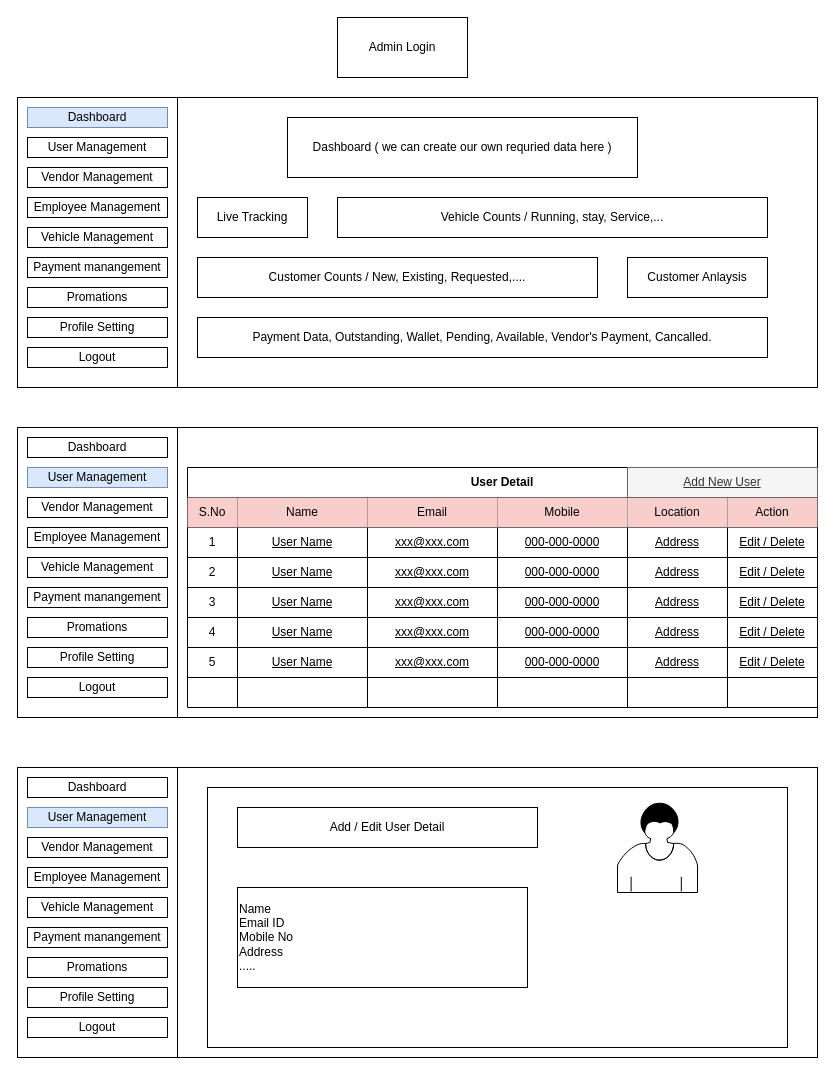
This is Copy of admin.drawio from shansu1990/PHP, a draw.io file, before an edit. Source tidied: cells renumbered, new cells numbered last; positions are measured from the earlier drawing's top-left corner, leaving out a move shared by most shapes. Both pictures are drawn from the tidied source at 100%, with x=0, y=0 at pixel (17, 17).
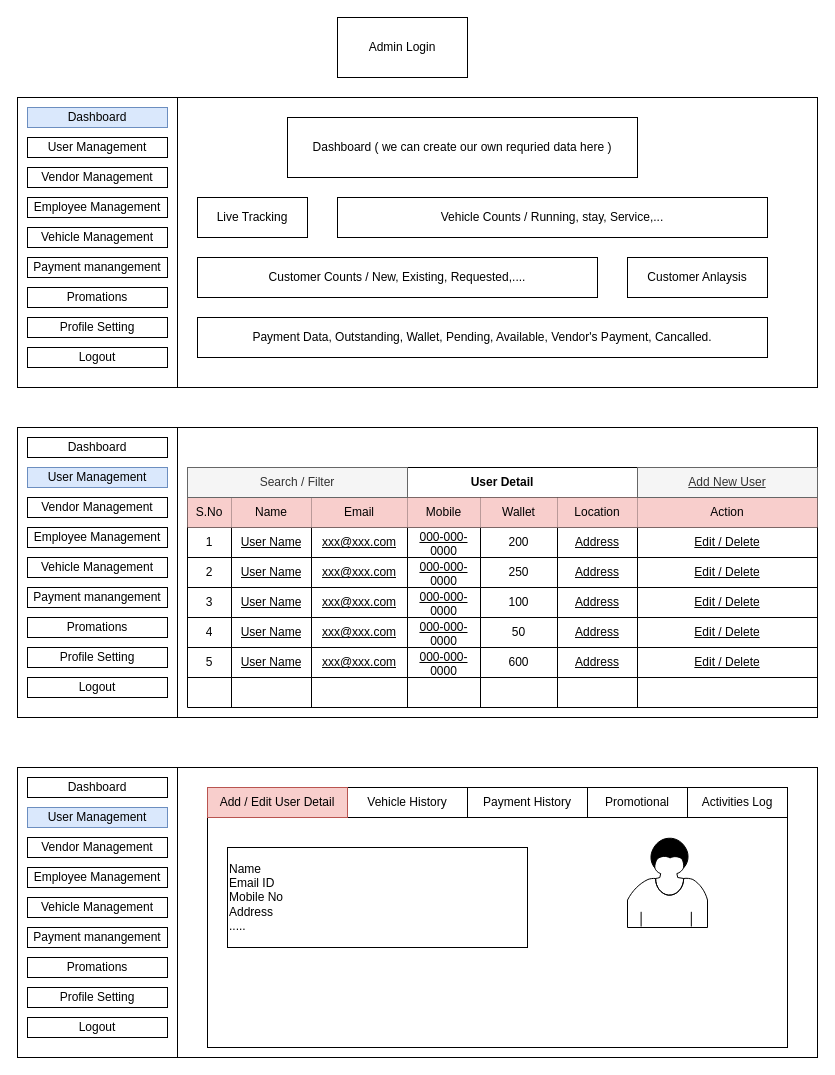
The same diagram, later.

Unchanged cells that the change refers to:
```xml
<mxCell id="32" style="shape=partialRectangle;html=1;whiteSpace=wrap;fillColor=none;top=0;left=0;bottom=0;right=0;" parent="31" vertex="1">
  <mxGeometry y="30" width="630" height="30" as="geometry" />
</mxCell>
<mxCell id="39" style="shape=partialRectangle;html=1;whiteSpace=wrap;fillColor=none;top=0;left=0;bottom=0;right=0;" parent="31" vertex="1">
  <mxGeometry y="60" width="630" height="30" as="geometry" />
</mxCell>
<mxCell id="46" style="shape=partialRectangle;html=1;whiteSpace=wrap;fillColor=none;top=0;left=0;bottom=0;right=0;" parent="31" vertex="1">
  <mxGeometry y="90" width="630" height="30" as="geometry" />
</mxCell>
<mxCell id="53" style="shape=partialRectangle;html=1;whiteSpace=wrap;fillColor=none;top=0;left=0;bottom=0;right=0;" parent="31" vertex="1">
  <mxGeometry y="120" width="630" height="30" as="geometry" />
</mxCell>
<mxCell id="60" style="shape=partialRectangle;html=1;whiteSpace=wrap;fillColor=none;top=0;left=0;bottom=0;right=0;" parent="31" vertex="1">
  <mxGeometry y="150" width="630" height="30" as="geometry" />
</mxCell>
<mxCell id="67" style="shape=partialRectangle;html=1;whiteSpace=wrap;fillColor=none;top=0;left=0;bottom=0;right=0;" parent="31" vertex="1">
  <mxGeometry y="180" width="630" height="30" as="geometry" />
</mxCell>
<mxCell id="74" style="shape=partialRectangle;html=1;whiteSpace=wrap;fillColor=none;top=0;left=0;bottom=0;right=0;" parent="31" vertex="1">
  <mxGeometry y="210" width="630" height="30" as="geometry" />
</mxCell>
```

What changed in the source:
```diff
@@
     <mxCell id="33" value="S.No" style="shape=partialRectangle;html=1;whiteSpace=wrap;fillColor=#f8cecc;top=0;left=0;bottom=0;right=0;overflow=hidden;strokeColor=#b85450;" parent="32" vertex="1">
-      <mxGeometry width="50" height="30" as="geometry" />
+      <mxGeometry width="44" height="30" as="geometry" />
     </mxCell>
     <mxCell id="34" value="Name" style="shape=partialRectangle;html=1;whiteSpace=wrap;fillColor=#f8cecc;top=0;left=0;bottom=0;right=0;overflow=hidden;strokeColor=#b85450;" parent="32" vertex="1">
-      <mxGeometry x="50" width="130" height="30" as="geometry" />
+      <mxGeometry x="44" width="80" height="30" as="geometry" />
     </mxCell>
     <mxCell id="35" value="Email" style="shape=partialRectangle;html=1;whiteSpace=wrap;fillColor=#f8cecc;top=0;left=0;bottom=0;right=0;overflow=hidden;strokeColor=#b85450;" parent="32" vertex="1">
-      <mxGeometry x="180" width="130" height="30" as="geometry" />
+      <mxGeometry x="124" width="96" height="30" as="geometry" />
     </mxCell>
     <mxCell id="36" value="Mobile" style="shape=partialRectangle;html=1;whiteSpace=wrap;fillColor=#f8cecc;top=0;left=0;bottom=0;right=0;overflow=hidden;strokeColor=#b85450;" parent="32" vertex="1">
-      <mxGeometry x="310" width="130" height="30" as="geometry" />
+      <mxGeometry x="220" width="73" height="30" as="geometry" />
     </mxCell>
+    <mxCell id="97" value="Wallet" style="shape=partialRectangle;html=1;whiteSpace=wrap;fillColor=#f8cecc;top=0;left=0;bottom=0;right=0;overflow=hidden;strokeColor=#b85450;" parent="32" vertex="1">
+      <mxGeometry x="293" width="77" height="30" as="geometry" />
+    </mxCell>
     <mxCell id="37" value="Location" style="shape=partialRectangle;html=1;whiteSpace=wrap;fillColor=#f8cecc;top=0;left=0;bottom=0;right=0;overflow=hidden;strokeColor=#b85450;" parent="32" vertex="1">
-      <mxGeometry x="440" width="100" height="30" as="geometry" />
+      <mxGeometry x="370" width="80" height="30" as="geometry" />
     </mxCell>
     <mxCell id="38" value="Action" style="shape=partialRectangle;html=1;whiteSpace=wrap;fillColor=#f8cecc;top=0;left=0;bottom=0;right=0;overflow=hidden;strokeColor=#b85450;" parent="32" vertex="1">
-      <mxGeometry x="540" width="90" height="30" as="geometry" />
+      <mxGeometry x="450" width="180" height="30" as="geometry" />
     </mxCell>
@@
     <mxCell id="40" value="1" style="shape=partialRectangle;html=1;whiteSpace=wrap;fillColor=none;top=0;left=0;bottom=0;right=0;overflow=hidden;" parent="39" vertex="1">
-      <mxGeometry width="50" height="30" as="geometry" />
+      <mxGeometry width="44" height="30" as="geometry" />
     </mxCell>
     <mxCell id="41" value="&lt;u&gt;User Name&lt;/u&gt;" style="shape=partialRectangle;html=1;whiteSpace=wrap;fillColor=none;top=0;left=0;bottom=0;right=0;overflow=hidden;" parent="39" vertex="1">
-      <mxGeometry x="50" width="130" height="30" as="geometry" />
+      <mxGeometry x="44" width="80" height="30" as="geometry" />
     </mxCell>
     <mxCell id="42" value="&lt;u&gt;xxx@xxx.com&lt;/u&gt;" style="shape=partialRectangle;html=1;whiteSpace=wrap;fillColor=none;top=0;left=0;bottom=0;right=0;overflow=hidden;" parent="39" vertex="1">
-      <mxGeometry x="180" width="130" height="30" as="geometry" />
+      <mxGeometry x="124" width="96" height="30" as="geometry" />
     </mxCell>
     <mxCell id="43" value="&lt;u&gt;000-000-0000&lt;/u&gt;" style="shape=partialRectangle;html=1;whiteSpace=wrap;fillColor=none;top=0;left=0;bottom=0;right=0;overflow=hidden;" parent="39" vertex="1">
-      <mxGeometry x="310" width="130" height="30" as="geometry" />
+      <mxGeometry x="220" width="73" height="30" as="geometry" />
     </mxCell>
+    <mxCell id="98" value="200" style="shape=partialRectangle;html=1;whiteSpace=wrap;fillColor=none;top=0;left=0;bottom=0;right=0;overflow=hidden;" parent="39" vertex="1">
+      <mxGeometry x="293" width="77" height="30" as="geometry" />
+    </mxCell>
     <mxCell id="44" value="&lt;u&gt;Address&lt;/u&gt;" style="shape=partialRectangle;html=1;whiteSpace=wrap;fillColor=none;top=0;left=0;bottom=0;right=0;overflow=hidden;" parent="39" vertex="1">
-      <mxGeometry x="440" width="100" height="30" as="geometry" />
+      <mxGeometry x="370" width="80" height="30" as="geometry" />
     </mxCell>
     <mxCell id="45" value="&lt;u&gt;Edit / Delete&lt;/u&gt;" style="shape=partialRectangle;html=1;whiteSpace=wrap;fillColor=none;top=0;left=0;bottom=0;right=0;overflow=hidden;" parent="39" vertex="1">
-      <mxGeometry x="540" width="90" height="30" as="geometry" />
+      <mxGeometry x="450" width="180" height="30" as="geometry" />
     </mxCell>
@@
     <mxCell id="47" value="2" style="shape=partialRectangle;html=1;whiteSpace=wrap;fillColor=none;top=0;left=0;bottom=0;right=0;overflow=hidden;" parent="46" vertex="1">
-      <mxGeometry width="50" height="30" as="geometry" />
+      <mxGeometry width="44" height="30" as="geometry" />
     </mxCell>
     <mxCell id="48" value="&lt;span&gt;&lt;u&gt;User Name&lt;/u&gt;&lt;/span&gt;" style="shape=partialRectangle;html=1;whiteSpace=wrap;fillColor=none;top=0;left=0;bottom=0;right=0;overflow=hidden;" parent="46" vertex="1">
-      <mxGeometry x="50" width="130" height="30" as="geometry" />
+      <mxGeometry x="44" width="80" height="30" as="geometry" />
     </mxCell>
     <mxCell id="49" value="&lt;span&gt;&lt;u&gt;xxx@xxx.com&lt;/u&gt;&lt;/span&gt;" style="shape=partialRectangle;html=1;whiteSpace=wrap;fillColor=none;top=0;left=0;bottom=0;right=0;overflow=hidden;" parent="46" vertex="1">
-      <mxGeometry x="180" width="130" height="30" as="geometry" />
+      <mxGeometry x="124" width="96" height="30" as="geometry" />
     </mxCell>
     <mxCell id="50" value="&lt;span&gt;&lt;u&gt;000-000-0000&lt;/u&gt;&lt;/span&gt;" style="shape=partialRectangle;html=1;whiteSpace=wrap;fillColor=none;top=0;left=0;bottom=0;right=0;overflow=hidden;" parent="46" vertex="1">
-      <mxGeometry x="310" width="130" height="30" as="geometry" />
+      <mxGeometry x="220" width="73" height="30" as="geometry" />
     </mxCell>
+    <mxCell id="99" value="250" style="shape=partialRectangle;html=1;whiteSpace=wrap;fillColor=none;top=0;left=0;bottom=0;right=0;overflow=hidden;" parent="46" vertex="1">
+      <mxGeometry x="293" width="77" height="30" as="geometry" />
+    </mxCell>
     <mxCell id="51" value="&lt;span&gt;&lt;u&gt;Address&lt;/u&gt;&lt;/span&gt;" style="shape=partialRectangle;html=1;whiteSpace=wrap;fillColor=none;top=0;left=0;bottom=0;right=0;overflow=hidden;" parent="46" vertex="1">
-      <mxGeometry x="440" width="100" height="30" as="geometry" />
+      <mxGeometry x="370" width="80" height="30" as="geometry" />
     </mxCell>
     <mxCell id="52" value="&lt;span&gt;&lt;u&gt;Edit / Delete&lt;/u&gt;&lt;/span&gt;" style="shape=partialRectangle;html=1;whiteSpace=wrap;fillColor=none;top=0;left=0;bottom=0;right=0;overflow=hidden;" parent="46" vertex="1">
-      <mxGeometry x="540" width="90" height="30" as="geometry" />
+      <mxGeometry x="450" width="180" height="30" as="geometry" />
     </mxCell>
@@
     <mxCell id="54" value="3" style="shape=partialRectangle;html=1;whiteSpace=wrap;fillColor=none;top=0;left=0;bottom=0;right=0;overflow=hidden;" parent="53" vertex="1">
-      <mxGeometry width="50" height="30" as="geometry" />
+      <mxGeometry width="44" height="30" as="geometry" />
     </mxCell>
     <mxCell id="55" value="&lt;span&gt;&lt;u&gt;User Name&lt;/u&gt;&lt;/span&gt;" style="shape=partialRectangle;html=1;whiteSpace=wrap;fillColor=none;top=0;left=0;bottom=0;right=0;overflow=hidden;" parent="53" vertex="1">
-      <mxGeometry x="50" width="130" height="30" as="geometry" />
+      <mxGeometry x="44" width="80" height="30" as="geometry" />
     </mxCell>
     <mxCell id="56" value="&lt;span&gt;&lt;u&gt;xxx@xxx.com&lt;/u&gt;&lt;/span&gt;" style="shape=partialRectangle;html=1;whiteSpace=wrap;fillColor=none;top=0;left=0;bottom=0;right=0;overflow=hidden;" parent="53" vertex="1">
-      <mxGeometry x="180" width="130" height="30" as="geometry" />
+      <mxGeometry x="124" width="96" height="30" as="geometry" />
     </mxCell>
     <mxCell id="57" value="&lt;span&gt;&lt;u&gt;000-000-0000&lt;/u&gt;&lt;/span&gt;" style="shape=partialRectangle;html=1;whiteSpace=wrap;fillColor=none;top=0;left=0;bottom=0;right=0;overflow=hidden;" parent="53" vertex="1">
-      <mxGeometry x="310" width="130" height="30" as="geometry" />
+      <mxGeometry x="220" width="73" height="30" as="geometry" />
     </mxCell>
+    <mxCell id="100" value="100" style="shape=partialRectangle;html=1;whiteSpace=wrap;fillColor=none;top=0;left=0;bottom=0;right=0;overflow=hidden;" parent="53" vertex="1">
+      <mxGeometry x="293" width="77" height="30" as="geometry" />
+    </mxCell>
     <mxCell id="58" value="&lt;span&gt;&lt;u&gt;Address&lt;/u&gt;&lt;/span&gt;" style="shape=partialRectangle;html=1;whiteSpace=wrap;fillColor=none;top=0;left=0;bottom=0;right=0;overflow=hidden;" parent="53" vertex="1">
-      <mxGeometry x="440" width="100" height="30" as="geometry" />
+      <mxGeometry x="370" width="80" height="30" as="geometry" />
     </mxCell>
     <mxCell id="59" value="&lt;span&gt;&lt;u&gt;Edit / Delete&lt;/u&gt;&lt;/span&gt;" style="shape=partialRectangle;html=1;whiteSpace=wrap;fillColor=none;top=0;left=0;bottom=0;right=0;overflow=hidden;" parent="53" vertex="1">
-      <mxGeometry x="540" width="90" height="30" as="geometry" />
+      <mxGeometry x="450" width="180" height="30" as="geometry" />
     </mxCell>
@@
     <mxCell id="61" value="4" style="shape=partialRectangle;html=1;whiteSpace=wrap;fillColor=none;top=0;left=0;bottom=0;right=0;overflow=hidden;" parent="60" vertex="1">
-      <mxGeometry width="50" height="30" as="geometry" />
+      <mxGeometry width="44" height="30" as="geometry" />
     </mxCell>
     <mxCell id="62" value="&lt;span&gt;&lt;u&gt;User Name&lt;/u&gt;&lt;/span&gt;" style="shape=partialRectangle;html=1;whiteSpace=wrap;fillColor=none;top=0;left=0;bottom=0;right=0;overflow=hidden;" parent="60" vertex="1">
-      <mxGeometry x="50" width="130" height="30" as="geometry" />
+      <mxGeometry x="44" width="80" height="30" as="geometry" />
     </mxCell>
     <mxCell id="63" value="&lt;span&gt;&lt;u&gt;xxx@xxx.com&lt;/u&gt;&lt;/span&gt;" style="shape=partialRectangle;html=1;whiteSpace=wrap;fillColor=none;top=0;left=0;bottom=0;right=0;overflow=hidden;" parent="60" vertex="1">
-      <mxGeometry x="180" width="130" height="30" as="geometry" />
+      <mxGeometry x="124" width="96" height="30" as="geometry" />
     </mxCell>
     <mxCell id="64" value="&lt;span&gt;&lt;u&gt;000-000-0000&lt;/u&gt;&lt;/span&gt;" style="shape=partialRectangle;html=1;whiteSpace=wrap;fillColor=none;top=0;left=0;bottom=0;right=0;overflow=hidden;" parent="60" vertex="1">
-      <mxGeometry x="310" width="130" height="30" as="geometry" />
+      <mxGeometry x="220" width="73" height="30" as="geometry" />
     </mxCell>
+    <mxCell id="101" value="50" style="shape=partialRectangle;html=1;whiteSpace=wrap;fillColor=none;top=0;left=0;bottom=0;right=0;overflow=hidden;" parent="60" vertex="1">
+      <mxGeometry x="293" width="77" height="30" as="geometry" />
+    </mxCell>
     <mxCell id="65" value="&lt;span&gt;&lt;u&gt;Address&lt;/u&gt;&lt;/span&gt;" style="shape=partialRectangle;html=1;whiteSpace=wrap;fillColor=none;top=0;left=0;bottom=0;right=0;overflow=hidden;" parent="60" vertex="1">
-      <mxGeometry x="440" width="100" height="30" as="geometry" />
+      <mxGeometry x="370" width="80" height="30" as="geometry" />
     </mxCell>
     <mxCell id="66" value="&lt;span&gt;&lt;u&gt;Edit / Delete&lt;/u&gt;&lt;/span&gt;" style="shape=partialRectangle;html=1;whiteSpace=wrap;fillColor=none;top=0;left=0;bottom=0;right=0;overflow=hidden;" parent="60" vertex="1">
-      <mxGeometry x="540" width="90" height="30" as="geometry" />
+      <mxGeometry x="450" width="180" height="30" as="geometry" />
     </mxCell>
@@
     <mxCell id="68" value="5" style="shape=partialRectangle;html=1;whiteSpace=wrap;fillColor=none;top=0;left=0;bottom=0;right=0;overflow=hidden;" parent="67" vertex="1">
-      <mxGeometry width="50" height="30" as="geometry" />
+      <mxGeometry width="44" height="30" as="geometry" />
     </mxCell>
     <mxCell id="69" value="&lt;span&gt;&lt;u&gt;User Name&lt;/u&gt;&lt;/span&gt;" style="shape=partialRectangle;html=1;whiteSpace=wrap;fillColor=none;top=0;left=0;bottom=0;right=0;overflow=hidden;" parent="67" vertex="1">
-      <mxGeometry x="50" width="130" height="30" as="geometry" />
+      <mxGeometry x="44" width="80" height="30" as="geometry" />
     </mxCell>
     <mxCell id="70" value="&lt;span&gt;&lt;u&gt;xxx@xxx.com&lt;/u&gt;&lt;/span&gt;" style="shape=partialRectangle;html=1;whiteSpace=wrap;fillColor=none;top=0;left=0;bottom=0;right=0;overflow=hidden;" parent="67" vertex="1">
-      <mxGeometry x="180" width="130" height="30" as="geometry" />
+      <mxGeometry x="124" width="96" height="30" as="geometry" />
     </mxCell>
     <mxCell id="71" value="&lt;span&gt;&lt;u&gt;000-000-0000&lt;/u&gt;&lt;/span&gt;" style="shape=partialRectangle;html=1;whiteSpace=wrap;fillColor=none;top=0;left=0;bottom=0;right=0;overflow=hidden;" parent="67" vertex="1">
-      <mxGeometry x="310" width="130" height="30" as="geometry" />
+      <mxGeometry x="220" width="73" height="30" as="geometry" />
     </mxCell>
+    <mxCell id="102" value="600" style="shape=partialRectangle;html=1;whiteSpace=wrap;fillColor=none;top=0;left=0;bottom=0;right=0;overflow=hidden;" parent="67" vertex="1">
+      <mxGeometry x="293" width="77" height="30" as="geometry" />
+    </mxCell>
     <mxCell id="72" value="&lt;span&gt;&lt;u&gt;Address&lt;/u&gt;&lt;/span&gt;" style="shape=partialRectangle;html=1;whiteSpace=wrap;fillColor=none;top=0;left=0;bottom=0;right=0;overflow=hidden;" parent="67" vertex="1">
-      <mxGeometry x="440" width="100" height="30" as="geometry" />
+      <mxGeometry x="370" width="80" height="30" as="geometry" />
     </mxCell>
     <mxCell id="73" value="&lt;span&gt;&lt;u&gt;Edit / Delete&lt;/u&gt;&lt;/span&gt;" style="shape=partialRectangle;html=1;whiteSpace=wrap;fillColor=none;top=0;left=0;bottom=0;right=0;overflow=hidden;" parent="67" vertex="1">
-      <mxGeometry x="540" width="90" height="30" as="geometry" />
+      <mxGeometry x="450" width="180" height="30" as="geometry" />
     </mxCell>
@@
     <mxCell id="75" style="shape=partialRectangle;html=1;whiteSpace=wrap;fillColor=none;top=0;left=0;bottom=0;right=0;overflow=hidden;" parent="74" vertex="1">
-      <mxGeometry width="50" height="30" as="geometry" />
+      <mxGeometry width="44" height="30" as="geometry" />
     </mxCell>
     <mxCell id="76" style="shape=partialRectangle;html=1;whiteSpace=wrap;fillColor=none;top=0;left=0;bottom=0;right=0;overflow=hidden;" parent="74" vertex="1">
-      <mxGeometry x="50" width="130" height="30" as="geometry" />
+      <mxGeometry x="44" width="80" height="30" as="geometry" />
     </mxCell>
     <mxCell id="77" style="shape=partialRectangle;html=1;whiteSpace=wrap;fillColor=none;top=0;left=0;bottom=0;right=0;overflow=hidden;" parent="74" vertex="1">
-      <mxGeometry x="180" width="130" height="30" as="geometry" />
+      <mxGeometry x="124" width="96" height="30" as="geometry" />
     </mxCell>
     <mxCell id="78" style="shape=partialRectangle;html=1;whiteSpace=wrap;fillColor=none;top=0;left=0;bottom=0;right=0;overflow=hidden;" parent="74" vertex="1">
-      <mxGeometry x="310" width="130" height="30" as="geometry" />
+      <mxGeometry x="220" width="73" height="30" as="geometry" />
     </mxCell>
+    <mxCell id="103" style="shape=partialRectangle;html=1;whiteSpace=wrap;fillColor=none;top=0;left=0;bottom=0;right=0;overflow=hidden;" parent="74" vertex="1">
+      <mxGeometry x="293" width="77" height="30" as="geometry" />
+    </mxCell>
     <mxCell id="79" style="shape=partialRectangle;html=1;whiteSpace=wrap;fillColor=none;top=0;left=0;bottom=0;right=0;overflow=hidden;" parent="74" vertex="1">
-      <mxGeometry x="440" width="100" height="30" as="geometry" />
+      <mxGeometry x="370" width="80" height="30" as="geometry" />
     </mxCell>
     <mxCell id="80" style="shape=partialRectangle;html=1;whiteSpace=wrap;fillColor=none;top=0;left=0;bottom=0;right=0;overflow=hidden;" parent="74" vertex="1">
-      <mxGeometry x="540" width="90" height="30" as="geometry" />
+      <mxGeometry x="450" width="180" height="30" as="geometry" />
     </mxCell>
     <mxCell id="81" value="&lt;u&gt;Add New User&lt;/u&gt;" style="rounded=0;whiteSpace=wrap;html=1;fillColor=#f5f5f5;strokeColor=#666666;fontColor=#333333;" parent="1" vertex="1">
-      <mxGeometry x="610" y="450" width="190" height="30" as="geometry" />
+      <mxGeometry x="620" y="450" width="180" height="30" as="geometry" />
     </mxCell>
@@
     <mxCell id="94" style="shape=mxgraph.bpmn.user_task;html=1;" parent="1" vertex="1">
-      <mxGeometry x="600" y="785" width="80" height="90" as="geometry" />
+      <mxGeometry x="610" y="820" width="80" height="90" as="geometry" />
     </mxCell>
     <mxCell id="95" value="Name&lt;br&gt;Email ID&lt;br&gt;Mobile No&lt;br&gt;Address&lt;br&gt;....." style="rounded=0;whiteSpace=wrap;html=1;align=left;" parent="1" vertex="1">
-      <mxGeometry x="220" y="870" width="290" height="100" as="geometry" />
+      <mxGeometry x="210" y="830" width="300" height="100" as="geometry" />
     </mxCell>
+    <mxCell id="104" value="Search / Filter" style="rounded=0;whiteSpace=wrap;html=1;fillColor=#f5f5f5;strokeColor=#666666;fontColor=#333333;" parent="1" vertex="1">
+      <mxGeometry x="170" y="450" width="220" height="30" as="geometry" />
+    </mxCell>
+    <mxCell id="105" style="rounded=0;whiteSpace=wrap;html=1;" parent="1" vertex="1">
+      <mxGeometry x="190" y="770" width="580" height="30" as="geometry" />
+    </mxCell>
+    <mxCell id="106" value="Vehicle History" style="rounded=0;whiteSpace=wrap;html=1;" parent="1" vertex="1">
+      <mxGeometry x="330" y="770" width="120" height="30" as="geometry" />
+    </mxCell>
+    <mxCell id="107" value="Payment History" style="rounded=0;whiteSpace=wrap;html=1;" parent="1" vertex="1">
+      <mxGeometry x="450" y="770" width="120" height="30" as="geometry" />
+    </mxCell>
+    <mxCell id="108" value="Promotional" style="rounded=0;whiteSpace=wrap;html=1;" parent="1" vertex="1">
+      <mxGeometry x="570" y="770" width="100" height="30" as="geometry" />
+    </mxCell>
+    <mxCell id="109" value="Activities Log" style="rounded=0;whiteSpace=wrap;html=1;" parent="1" vertex="1">
+      <mxGeometry x="670" y="770" width="100" height="30" as="geometry" />
+    </mxCell>
-    <mxCell id="96" value="Add / Edit User Detail" style="rounded=0;whiteSpace=wrap;html=1;" parent="1" vertex="1">
-      <mxGeometry x="220" y="790" width="300" height="40" as="geometry" />
+    <mxCell id="96" value="Add / Edit User Detail" style="rounded=0;whiteSpace=wrap;html=1;fillColor=#f8cecc;strokeColor=#b85450;" parent="1" vertex="1">
+      <mxGeometry x="190" y="770" width="140" height="30" as="geometry" />
     </mxCell>
```
